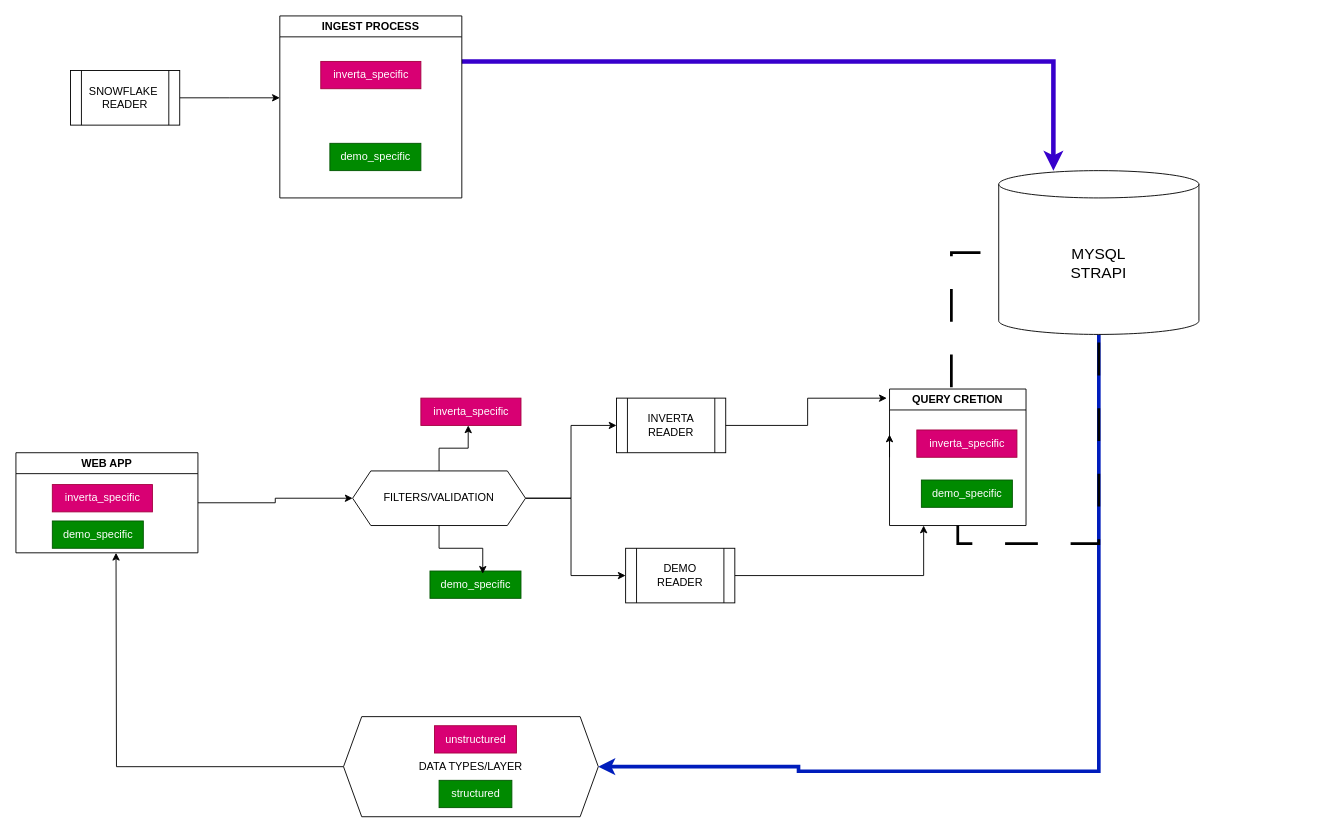
Before: tmp/client-schemas.drawio in LuciOroles/carbee, a draw.io diagram. Source tidied: cells renumbered, new cells numbered last; positions are measured from the earlier drawing's top-left corner, leaving out a move shared by most shapes. Both pictures are drawn from the tidied source at 91%, with x=0, y=0 at pixel (15, 15).
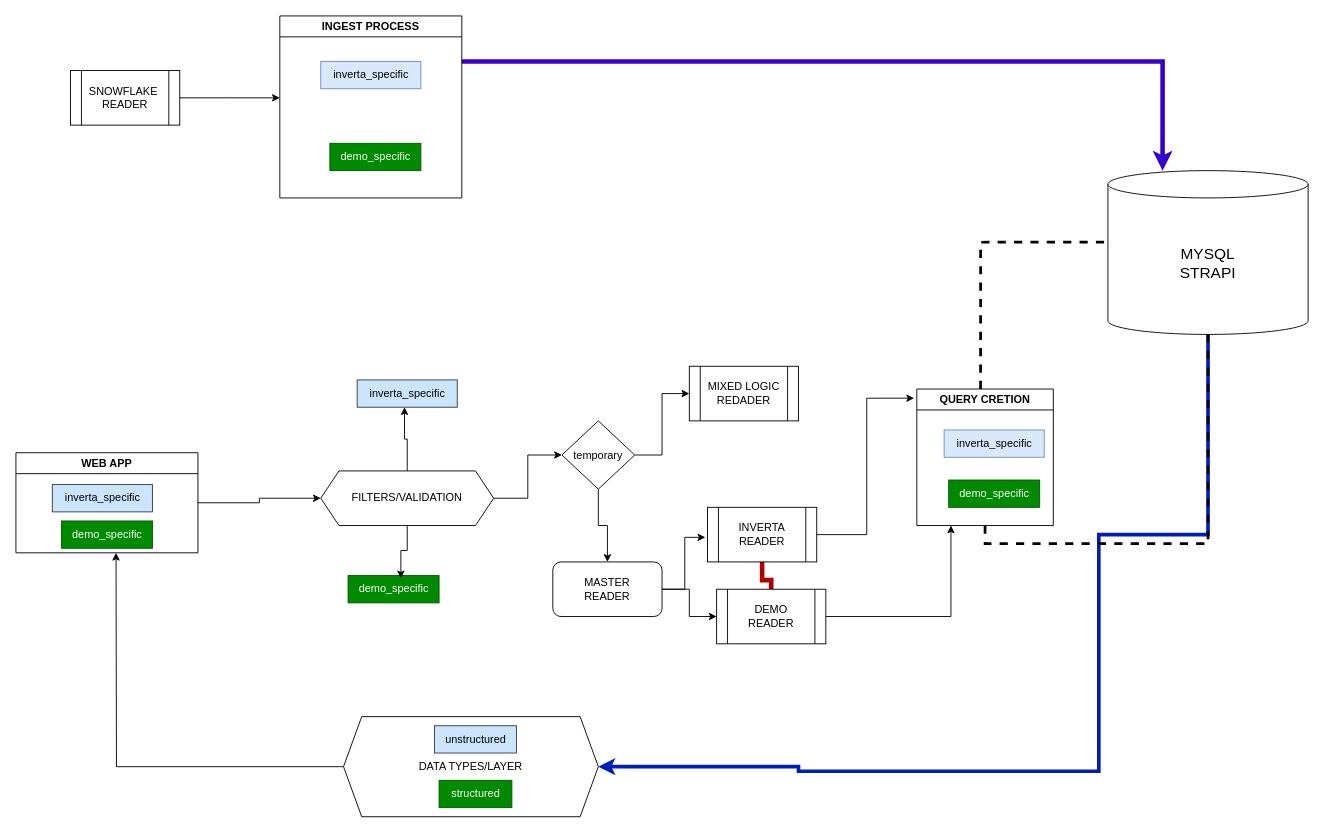
Above is the later version.

The change refers to these unchanged cells:
```xml
<mxCell id="25" value="WEB APP" style="swimlane;whiteSpace=wrap;html=1;" parent="1" vertex="1">
  <mxGeometry y="480" width="200" height="110" as="geometry" />
</mxCell>
<mxCell id="28" value="INGEST PROCESS" style="swimlane;whiteSpace=wrap;html=1;" parent="1" vertex="1">
  <mxGeometry x="290" width="200" height="200" as="geometry" />
</mxCell>
<mxCell id="32" value="DATA TYPES/LAYER" style="shape=hexagon;perimeter=hexagonPerimeter2;whiteSpace=wrap;html=1;fixedSize=1;" parent="1" vertex="1">
  <mxGeometry x="360" y="770" width="280" height="110" as="geometry" />
</mxCell>
```

Change to the diagram source:
```diff
@@
-<mxGraphModel>
+<mxGraphModel background="#FFFFFF">
@@
+    <mxCell id="35" style="edgeStyle=orthogonalEdgeStyle;rounded=0;jettySize=auto;html=1;entryX=0.5;entryY=0;entryDx=0;entryDy=0;endArrow=none;startFill=0;fillColor=#e51400;strokeColor=#B20000;strokeWidth=5;" parent="1" edge="1" source="4" target="14">
+      <mxGeometry relative="1" as="geometry" />
+    </mxCell>
     <mxCell id="4" value="INVERTA&lt;div&gt;READER&lt;/div&gt;" style="shape=process;whiteSpace=wrap;html=1;backgroundOutline=1;" parent="1" vertex="1">
-      <mxGeometry x="660" y="420" width="120" height="60" as="geometry" />
+      <mxGeometry x="760" y="540" width="120" height="60" as="geometry" />
     </mxCell>
-    <mxCell id="5" style="edgeStyle=orthogonalEdgeStyle;rounded=0;jettySize=auto;html=1;entryX=0;entryY=0.5;entryDx=0;entryDy=0;" parent="1" edge="1" source="7" target="14">
-      <mxGeometry relative="1" as="geometry">
-        <Array as="points">
-          <mxPoint x="610" y="530" />
-          <mxPoint x="610" y="615" />
-        </Array>
-      </mxGeometry>
-    </mxCell>
-    <mxCell id="6" style="edgeStyle=orthogonalEdgeStyle;rounded=0;jettySize=auto;html=1;entryX=0;entryY=0.5;entryDx=0;entryDy=0;" parent="1" edge="1" source="7" target="4">
-      <mxGeometry relative="1" as="geometry" />
-    </mxCell>
+    <mxCell id="36" style="edgeStyle=orthogonalEdgeStyle;rounded=0;jettySize=auto;html=1;" parent="1" edge="1" source="7" target="40">
+      <mxGeometry relative="1" as="geometry" />
+    </mxCell>
     <mxCell id="7" value="FILTERS/VALIDATION" style="shape=hexagon;perimeter=hexagonPerimeter2;whiteSpace=wrap;html=1;fixedSize=1;" parent="1" vertex="1">
-      <mxGeometry x="370" y="500" width="190" height="60" as="geometry" />
+      <mxGeometry x="335" y="500" width="190" height="60" as="geometry" />
     </mxCell>
     <mxCell id="8" style="edgeStyle=orthogonalEdgeStyle;rounded=0;jettySize=auto;html=1;entryX=1;entryY=0.5;entryDx=0;entryDy=0;fillColor=#0050ef;strokeColor=#001DBC;strokeWidth=4;" parent="1" edge="1" source="9" target="32">
       <mxGeometry relative="1" as="geometry">
         <Array as="points">
+          <mxPoint x="1310" y="570" />
+          <mxPoint x="1190" y="570" />
           <mxPoint x="1190" y="830" />
           <mxPoint x="860" y="830" />
           <mxPoint x="860" y="825" />
         </Array>
       </mxGeometry>
     </mxCell>
     <mxCell id="9" value="&lt;font style=&quot;font-size: 17px;&quot;&gt;MYSQL&lt;/font&gt;&lt;div&gt;&lt;font style=&quot;font-size: 17px;&quot;&gt;STRAPI&lt;/font&gt;&lt;/div&gt;" style="shape=cylinder3;whiteSpace=wrap;html=1;boundedLbl=1;backgroundOutline=1;size=15;" parent="1" vertex="1">
-      <mxGeometry x="1080" y="170" width="220" height="180" as="geometry" />
+      <mxGeometry x="1200" y="170" width="220" height="180" as="geometry" />
     </mxCell>
-    <mxCell id="10" style="edgeStyle=orthogonalEdgeStyle;rounded=0;jettySize=auto;html=1;entryX=0;entryY=0.5;entryDx=0;entryDy=0;entryPerimeter=0;endArrow=none;startFill=0;dashed=1;dashPattern=12 12;strokeWidth=3;exitX=0.453;exitY=-0.013;exitDx=0;exitDy=0;exitPerimeter=0;" parent="1" edge="1" source="16" target="9">
+    <mxCell id="10" style="edgeStyle=orthogonalEdgeStyle;rounded=0;jettySize=auto;html=1;entryX=0.001;entryY=0.437;entryDx=0;entryDy=0;entryPerimeter=0;endArrow=none;startFill=0;dashed=1;strokeWidth=3;exitX=0.467;exitY=0;exitDx=0;exitDy=0;exitPerimeter=0;" parent="1" edge="1" source="16" target="9">
       <mxGeometry relative="1" as="geometry" />
     </mxCell>
@@
-    <mxCell id="12" style="edgeStyle=orthogonalEdgeStyle;rounded=0;jettySize=auto;html=1;endArrow=none;startFill=0;dashed=1;dashPattern=12 12;strokeWidth=3;exitX=0.5;exitY=1;exitDx=0;exitDy=0;" parent="1" edge="1" source="16" target="9">
+    <mxCell id="12" style="edgeStyle=orthogonalEdgeStyle;rounded=0;jettySize=auto;html=1;endArrow=none;startFill=0;dashed=1;strokeWidth=3;exitX=0.5;exitY=1;exitDx=0;exitDy=0;" parent="1" edge="1" source="16" target="9">
       <mxGeometry relative="1" as="geometry" />
     </mxCell>
@@
     <mxCell id="14" value="DEMO&lt;div&gt;READER&lt;/div&gt;" style="shape=process;whiteSpace=wrap;html=1;backgroundOutline=1;" parent="1" vertex="1">
-      <mxGeometry x="670" y="585" width="120" height="60" as="geometry" />
+      <mxGeometry x="770" y="630" width="120" height="60" as="geometry" />
     </mxCell>
-    <mxCell id="15" style="edgeStyle=orthogonalEdgeStyle;rounded=0;jettySize=auto;html=1;exitX=0;exitY=0.5;exitDx=0;exitDy=0;" parent="1" edge="1" source="16">
-      <mxGeometry relative="1" as="geometry">
-        <mxPoint x="960" y="460" as="targetPoint" />
-      </mxGeometry>
-    </mxCell>
     <mxCell id="16" value="QUERY CRETION" style="swimlane;whiteSpace=wrap;html=1;" parent="1" vertex="1">
-      <mxGeometry x="960" y="410" width="150" height="150" as="geometry" />
+      <mxGeometry x="990" y="410" width="150" height="150" as="geometry" />
     </mxCell>
-    <mxCell id="17" value="&lt;div&gt;inverta_specific&lt;/div&gt;" style="text;html=1;align=center;verticalAlign=middle;strokeColor=#A50040;fillColor=#d80073;fontColor=#ffffff;" parent="16" vertex="1">
+    <mxCell id="17" value="&lt;div&gt;inverta_specific&lt;/div&gt;" style="text;html=1;align=center;verticalAlign=middle;strokeColor=#6c8ebf;fillColor=#dae8fc;" parent="16" vertex="1">
       <mxGeometry x="30" y="45" width="110" height="30" as="geometry" />
     </mxCell>
@@
-    <mxCell id="19" value="&lt;div&gt;inverta_specific&lt;/div&gt;" style="text;html=1;align=center;verticalAlign=middle;points=[];strokeColor=#A50040;fillColor=#d80073;fontColor=#ffffff;" parent="1" vertex="1">
-      <mxGeometry x="445" y="420" width="110" height="30" as="geometry" />
+    <mxCell id="19" value="&lt;div&gt;inverta_specific&lt;/div&gt;" style="text;html=1;align=center;verticalAlign=middle;points=[];strokeColor=#36393d;fillColor=#cce5ff;" parent="1" vertex="1">
+      <mxGeometry x="375" y="400" width="110" height="30" as="geometry" />
     </mxCell>
     <mxCell id="20" value="demo_specific" style="text;html=1;align=center;verticalAlign=middle;points=[];strokeColor=#005700;fillColor=#008a00;fontColor=#ffffff;" parent="1" vertex="1">
-      <mxGeometry x="455" y="610" width="100" height="30" as="geometry" />
+      <mxGeometry x="365" y="615" width="100" height="30" as="geometry" />
     </mxCell>
@@
-    <mxCell id="26" value="&lt;div&gt;inverta_specific&lt;/div&gt;" style="text;html=1;align=center;verticalAlign=middle;strokeColor=#A50040;fillColor=#d80073;fontColor=#ffffff;" parent="25" vertex="1">
+    <mxCell id="26" value="&lt;div&gt;inverta_specific&lt;/div&gt;" style="text;html=1;align=center;verticalAlign=middle;strokeColor=#36393d;fillColor=#cce5ff;" parent="25" vertex="1">
       <mxGeometry x="40" y="35" width="110" height="30" as="geometry" />
     </mxCell>
     <mxCell id="27" value="demo_specific" style="text;html=1;align=center;verticalAlign=middle;strokeColor=#005700;fillColor=#008a00;fontColor=#ffffff;" parent="25" vertex="1">
-      <mxGeometry x="40" y="75" width="100" height="30" as="geometry" />
+      <mxGeometry x="50" y="75" width="100" height="30" as="geometry" />
     </mxCell>
@@
-    <mxCell id="30" value="&lt;div&gt;inverta_specific&lt;/div&gt;" style="text;html=1;align=center;verticalAlign=middle;strokeColor=#A50040;fillColor=#d80073;fontColor=#ffffff;" parent="28" vertex="1">
+    <mxCell id="30" value="&lt;div&gt;inverta_specific&lt;/div&gt;" style="text;html=1;align=center;verticalAlign=middle;strokeColor=#6c8ebf;fillColor=#dae8fc;" parent="28" vertex="1">
       <mxGeometry x="45" y="50" width="110" height="30" as="geometry" />
     </mxCell>
@@
-    <mxCell id="33" value="&lt;div&gt;unstructured&lt;/div&gt;" style="text;html=1;align=center;verticalAlign=middle;strokeColor=#A50040;fillColor=#d80073;fontColor=#ffffff;" parent="1" vertex="1">
+    <mxCell id="33" value="&lt;div&gt;unstructured&lt;/div&gt;" style="text;html=1;align=center;verticalAlign=middle;strokeColor=#36393d;fillColor=#cce5ff;" parent="1" vertex="1">
       <mxGeometry x="460" y="780" width="90" height="30" as="geometry" />
     </mxCell>
@@
+    <mxCell id="37" value="MIXED LOGIC&lt;div&gt;REDADER&lt;/div&gt;" style="shape=process;whiteSpace=wrap;html=1;backgroundOutline=1;" parent="1" vertex="1">
+      <mxGeometry x="740" y="385" width="120" height="60" as="geometry" />
+    </mxCell>
+    <mxCell id="38" style="edgeStyle=orthogonalEdgeStyle;rounded=0;jettySize=auto;html=1;entryX=0;entryY=0.5;entryDx=0;entryDy=0;" parent="1" edge="1" source="40" target="37">
+      <mxGeometry relative="1" as="geometry" />
+    </mxCell>
+    <mxCell id="39" style="edgeStyle=orthogonalEdgeStyle;rounded=0;jettySize=auto;html=1;" parent="1" edge="1" source="40" target="42">
+      <mxGeometry relative="1" as="geometry" />
+    </mxCell>
+    <mxCell id="40" value="temporary" style="rhombus;whiteSpace=wrap;html=1;" parent="1" vertex="1">
+      <mxGeometry x="600" y="445" width="80" height="75" as="geometry" />
+    </mxCell>
+    <mxCell id="41" style="edgeStyle=orthogonalEdgeStyle;rounded=0;jettySize=auto;html=1;entryX=0;entryY=0.5;entryDx=0;entryDy=0;" parent="1" edge="1" source="42" target="14">
+      <mxGeometry relative="1" as="geometry" />
+    </mxCell>
+    <mxCell id="42" value="MASTER&lt;div&gt;READER&lt;/div&gt;" style="rounded=1;whiteSpace=wrap;html=1;" parent="1" vertex="1">
+      <mxGeometry x="590" y="600" width="120" height="60" as="geometry" />
+    </mxCell>
+    <mxCell id="43" style="edgeStyle=orthogonalEdgeStyle;rounded=0;jettySize=auto;html=1;entryX=-0.02;entryY=0.55;entryDx=0;entryDy=0;entryPerimeter=0;" parent="1" edge="1" source="42" target="4">
+      <mxGeometry relative="1" as="geometry" />
+    </mxCell>
```
